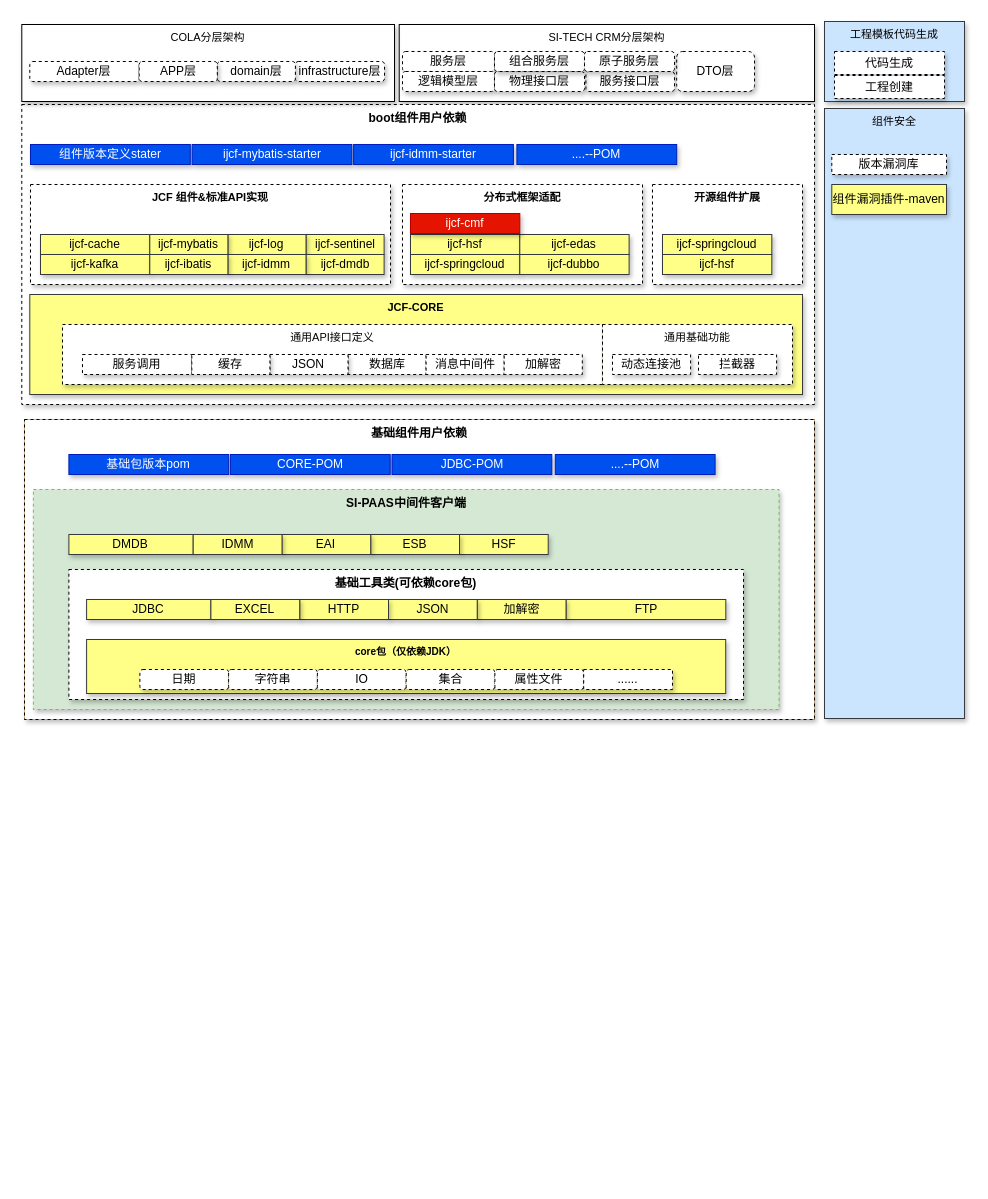
Before: page "组件及开发框架演进" (12 of 16) of 微服务.drawio in qymmdj/draw-io, a draw.io diagram. Source tidied: cells renumbered, new cells numbered last; positions are measured from the earlier drawing's top-left corner, leaving out a move shared by most shapes. Both pictures are drawn from the tidied source at 100%, with x=0, y=0 at pixel (21, 21). Pictures stored in the file or linked from it are replaced by grey dashed boxes.
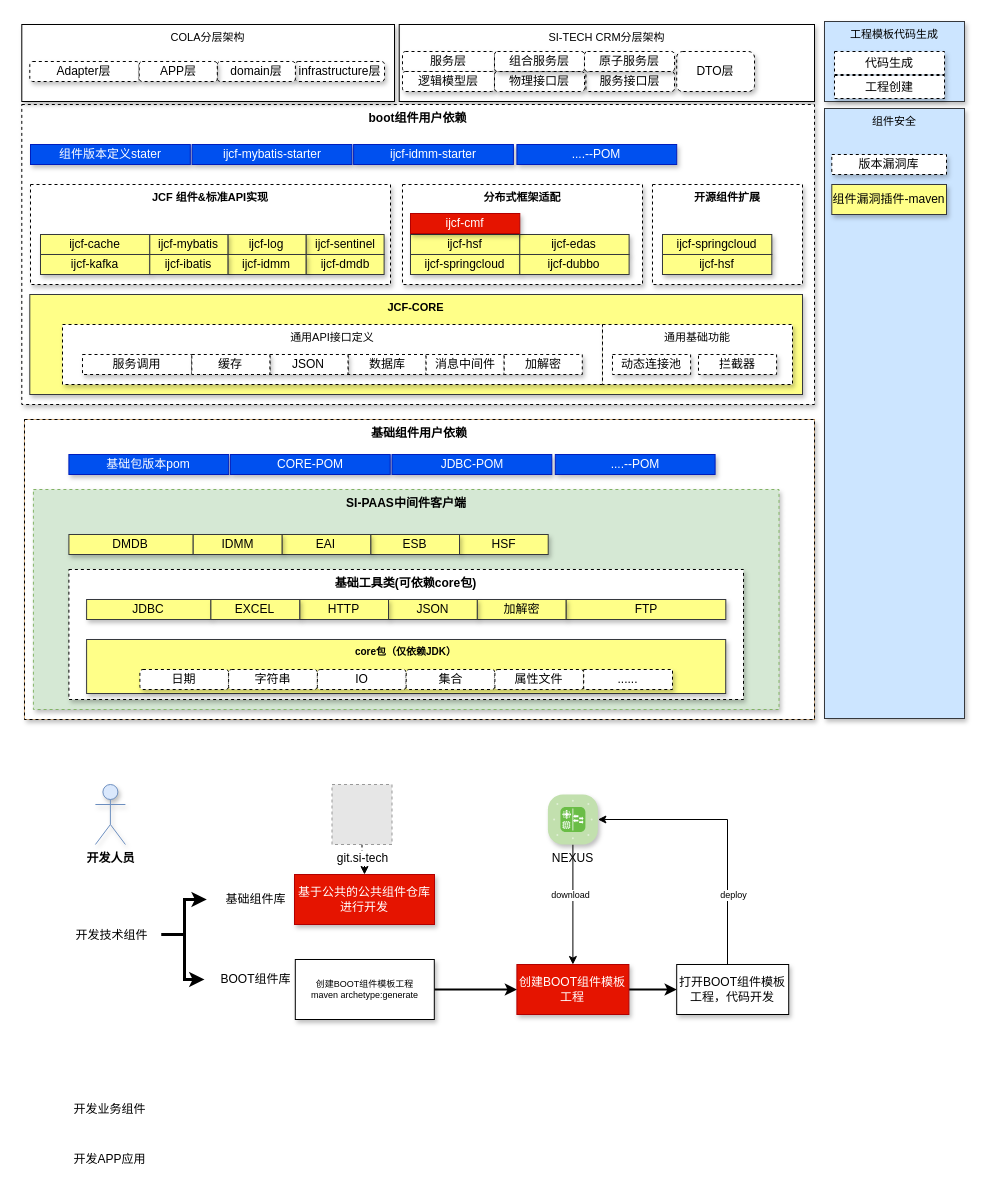
The same diagram, later.

The edit, as a diff of the source:
```diff
@@
+    <mxCell id="82" value="开发业务组件" style="text;html=1;strokeColor=none;fillColor=none;align=center;verticalAlign=middle;whiteSpace=wrap;rounded=0;shadow=1;" parent="1" vertex="1">
+      <mxGeometry x="39.4" y="1073" width="99" height="30" as="geometry" />
+    </mxCell>
+    <mxCell id="83" value="开发APP应用" style="text;html=1;strokeColor=none;fillColor=none;align=center;verticalAlign=middle;whiteSpace=wrap;rounded=0;shadow=1;" parent="1" vertex="1">
+      <mxGeometry x="39.4" y="1123" width="99" height="30" as="geometry" />
+    </mxCell>
+    <mxCell id="84" style="edgeStyle=orthogonalEdgeStyle;rounded=0;jettySize=auto;html=1;entryX=0;entryY=0.5;entryDx=0;entryDy=0;strokeWidth=3;" parent="1" edge="1" source="86" target="88">
+      <mxGeometry relative="1" as="geometry">
+        <Array as="points">
+          <mxPoint x="163" y="913" />
+          <mxPoint x="163" y="878" />
+        </Array>
+      </mxGeometry>
+    </mxCell>
+    <mxCell id="85" style="edgeStyle=orthogonalEdgeStyle;rounded=0;jettySize=auto;html=1;strokeWidth=3;" parent="1" edge="1" source="86">
+      <mxGeometry relative="1" as="geometry">
+        <mxPoint x="183" y="958" as="targetPoint" />
+        <Array as="points">
+          <mxPoint x="163" y="913" />
+          <mxPoint x="163" y="958" />
+        </Array>
+      </mxGeometry>
+    </mxCell>
+    <mxCell id="86" value="开发技术组件" style="text;html=1;strokeColor=none;fillColor=none;align=center;verticalAlign=middle;whiteSpace=wrap;rounded=0;shadow=1;" parent="1" vertex="1">
+      <mxGeometry x="41" y="899" width="99" height="30" as="geometry" />
+    </mxCell>
+    <mxCell id="87" value="开发人员" style="shape=umlActor;verticalLabelPosition=bottom;verticalAlign=top;html=1;shadow=1;fontStyle=1;fillColor=#dae8fc;strokeColor=#6c8ebf;" parent="1" vertex="1">
+      <mxGeometry x="73.9" y="763" width="30" height="60" as="geometry" />
+    </mxCell>
+    <mxCell id="88" value="基础组件库" style="text;html=1;strokeColor=none;fillColor=none;align=center;verticalAlign=middle;whiteSpace=wrap;rounded=0;shadow=1;" parent="1" vertex="1">
+      <mxGeometry x="185.3" y="863" width="99" height="30" as="geometry" />
+    </mxCell>
+    <mxCell id="89" style="edgeStyle=orthogonalEdgeStyle;rounded=0;jettySize=auto;html=1;dashed=1;strokeWidth=1;fontSize=9;" parent="1" edge="1" source="91" target="90">
+      <mxGeometry relative="1" as="geometry" />
+    </mxCell>
+    <mxCell id="90" value="基于公共的公共组件仓库进行开发" style="rounded=0;whiteSpace=wrap;html=1;shadow=1;fillColor=#e51400;fontColor=#ffffff;strokeColor=#B20000;" parent="1" vertex="1">
+      <mxGeometry x="273" y="853" width="140" height="50" as="geometry" />
+    </mxCell>
+    <mxCell id="91" value="git.si-tech" style="fillColor=#E6E6E6;strokeColor=#999999;dashed=1;html=1;verticalAlign=top;verticalLabelPosition=bottom;labelBackgroundColor=#ffffff;" parent="1" vertex="1">
+      <mxGeometry x="310.5" y="763" width="60" height="60" as="geometry" />
+    </mxCell>
+    <mxCell id="92" style="edgeStyle=orthogonalEdgeStyle;rounded=0;jettySize=auto;html=1;strokeWidth=2;fontSize=9;" parent="1" edge="1" source="93" target="100">
+      <mxGeometry relative="1" as="geometry" />
+    </mxCell>
+    <mxCell id="93" value="创建BOOT组件模板工程" style="rounded=0;whiteSpace=wrap;html=1;shadow=1;fillColor=#e51400;strokeColor=#B20000;fontColor=#ffffff;" parent="1" vertex="1">
+      <mxGeometry x="495.4" y="943" width="112" height="50" as="geometry" />
+    </mxCell>
+    <mxCell id="94" value="BOOT组件库" style="text;html=1;strokeColor=none;fillColor=none;align=center;verticalAlign=middle;whiteSpace=wrap;rounded=0;shadow=1;" parent="1" vertex="1">
+      <mxGeometry x="185.3" y="943" width="99" height="30" as="geometry" />
+    </mxCell>
+    <mxCell id="95" style="edgeStyle=orthogonalEdgeStyle;rounded=0;jettySize=auto;html=1;entryX=0.5;entryY=0;entryDx=0;entryDy=0;strokeWidth=1;fontSize=9;" parent="1" edge="1" source="97" target="93">
+      <mxGeometry relative="1" as="geometry" />
+    </mxCell>
+    <mxCell id="96" value="download" style="edgeLabel;html=1;align=center;verticalAlign=middle;fontSize=9;" parent="95" vertex="1">
+      <mxGeometry x="-0.17" y="-3" relative="1" as="geometry" />
+    </mxCell>
+    <mxCell id="97" value="NEXUS" style="verticalLabelPosition=bottom;sketch=0;html=1;fillColor=#6ABD46;strokeColor=#ffffff;verticalAlign=top;align=center;points=[[0.085,0.085,0],[0.915,0.085,0],[0.915,0.915,0],[0.085,0.915,0],[0.25,0,0],[0.5,0,0],[0.75,0,0],[1,0.25,0],[1,0.5,0],[1,0.75,0],[0.75,1,0],[0.5,1,0],[0.25,1,0],[0,0.75,0],[0,0.5,0],[0,0.25,0]];shape=mxgraph.cisco_safe.compositeIcon;bgIcon=mxgraph.cisco_safe.architecture.generic_appliance;resIcon=mxgraph.cisco_safe.architecture.nexus_fabric_switch;shadow=1;" parent="1" vertex="1">
+      <mxGeometry x="526.4" y="773" width="50" height="50" as="geometry" />
+    </mxCell>
+    <mxCell id="98" style="edgeStyle=orthogonalEdgeStyle;rounded=0;jettySize=auto;html=1;entryX=1;entryY=0.5;entryDx=0;entryDy=0;entryPerimeter=0;strokeWidth=1;fontSize=9;" parent="1" edge="1" source="100" target="97">
+      <mxGeometry relative="1" as="geometry">
+        <Array as="points">
+          <mxPoint x="706" y="798" />
+        </Array>
+      </mxGeometry>
+    </mxCell>
+    <mxCell id="99" value="deploy" style="edgeLabel;html=1;align=center;verticalAlign=middle;fontSize=9;" parent="98" vertex="1">
+      <mxGeometry x="-0.36" y="-3" relative="1" as="geometry">
+        <mxPoint x="2" y="18" as="offset" />
+      </mxGeometry>
+    </mxCell>
+    <mxCell id="100" value="打开BOOT组件模板工程，代码开发" style="rounded=0;whiteSpace=wrap;html=1;shadow=1;" parent="1" vertex="1">
+      <mxGeometry x="655.2" y="943" width="112" height="50" as="geometry" />
+    </mxCell>
+    <mxCell id="101" style="edgeStyle=orthogonalEdgeStyle;rounded=0;jettySize=auto;html=1;strokeWidth=2;fontSize=9;" parent="1" edge="1" source="102" target="93">
+      <mxGeometry relative="1" as="geometry" />
+    </mxCell>
+    <mxCell id="102" value="&lt;div&gt;创建BOOT组件模板工程&lt;/div&gt;&lt;div&gt;maven archetype:generate&lt;/div&gt;" style="rounded=0;whiteSpace=wrap;html=1;shadow=1;fontSize=9;" parent="1" vertex="1">
+      <mxGeometry x="273.8" y="938" width="139" height="60" as="geometry" />
+    </mxCell>
```
